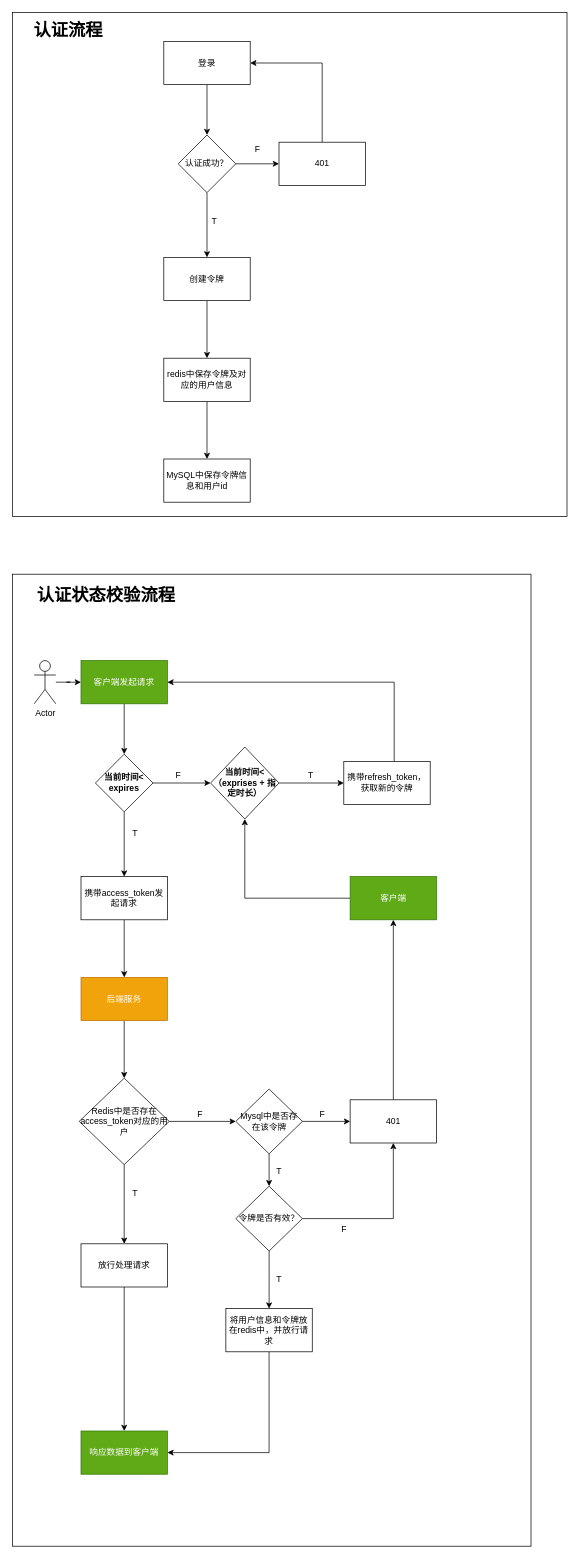
The draw.io diagram README/drawio/goudong-oauth2-server 认证流程.drawio in GitHubFeiLong/goudong-java, before the edit. Source tidied: cells renumbered, new cells numbered last; positions are measured from the earlier drawing's top-left corner, leaving out a move shared by most shapes. Both pictures are drawn from the tidied source at 72%, with x=0, y=0 at pixel (12, 12).
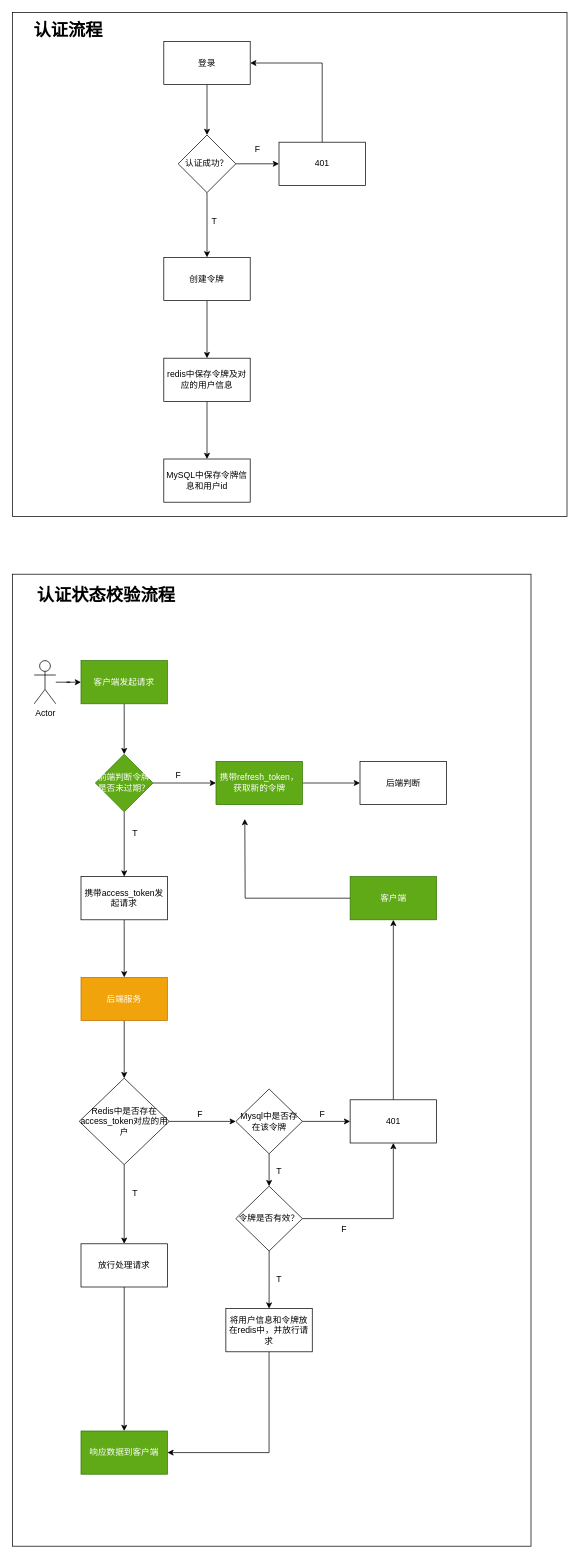
The same page after the edit.

The change refers to these unchanged cells:
```xml
<mxCell id="17" value="&lt;div&gt;客户端发起请求&lt;/div&gt;&lt;div&gt;&lt;/div&gt;" style="whiteSpace=wrap;html=1;align=center;verticalAlign=middle;fillColor=#60a917;strokeColor=#2D7600;fontColor=#ffffff;" parent="1" vertex="1">
  <mxGeometry x="95" y="900" width="120" height="60" as="geometry" />
</mxCell>
<mxCell id="43" value="客户端" style="whiteSpace=wrap;html=1;fillColor=#60a917;strokeColor=#2D7600;fontColor=#ffffff;" parent="1" vertex="1">
  <mxGeometry x="468.8" y="1200" width="120" height="60" as="geometry" />
</mxCell>
```

Change to the diagram source:
```diff
@@
-    <mxCell id="19" style="edgeStyle=orthogonalEdgeStyle;rounded=0;jettySize=auto;html=1;" parent="1" edge="1" source="20" target="25">
+    <mxCell id="19" style="edgeStyle=orthogonalEdgeStyle;rounded=0;jettySize=auto;html=1;entryX=0;entryY=0.5;entryDx=0;entryDy=0;" parent="1" edge="1" source="20" target="27">
       <mxGeometry relative="1" as="geometry" />
     </mxCell>
-    <mxCell id="20" value="&lt;b&gt;当前时间&amp;lt; expires&lt;/b&gt;" style="rhombus;whiteSpace=wrap;html=1;" parent="1" vertex="1">
+    <mxCell id="20" value="前端判断令牌是否未过期？" style="rhombus;whiteSpace=wrap;html=1;fillColor=#60a917;strokeColor=#2D7600;fontColor=#ffffff;" parent="1" vertex="1">
       <mxGeometry x="115" y="1030" width="80" height="80" as="geometry" />
     </mxCell>
@@
-    <mxCell id="24" style="edgeStyle=orthogonalEdgeStyle;rounded=0;jettySize=auto;html=1;" parent="1" edge="1" source="25" target="27">
-      <mxGeometry relative="1" as="geometry" />
-    </mxCell>
-    <mxCell id="25" value="&lt;b&gt;当前时间&amp;lt;（exprises + 指定时长）&lt;/b&gt;" style="rhombus;whiteSpace=wrap;html=1;" parent="1" vertex="1">
-      <mxGeometry x="275" y="1020" width="95" height="100" as="geometry" />
-    </mxCell>
-    <mxCell id="26" style="edgeStyle=orthogonalEdgeStyle;rounded=0;jettySize=auto;html=1;entryX=1;entryY=0.5;entryDx=0;entryDy=0;" parent="1" edge="1" source="27" target="17">
-      <mxGeometry relative="1" as="geometry">
-        <Array as="points">
-          <mxPoint x="530" y="930" />
-        </Array>
-      </mxGeometry>
-    </mxCell>
+    <mxCell id="62" style="edgeStyle=orthogonalEdgeStyle;rounded=0;jettySize=auto;html=1;" parent="1" edge="1" source="27" target="63">
+      <mxGeometry relative="1" as="geometry" />
+    </mxCell>
-    <mxCell id="27" value="携带refresh_token，获取新的令牌" style="whiteSpace=wrap;html=1;" parent="1" vertex="1">
-      <mxGeometry x="460" y="1040" width="120" height="60" as="geometry" />
+    <mxCell id="27" value="携带refresh_token，获取新的令牌" style="whiteSpace=wrap;html=1;fillColor=#60a917;strokeColor=#2D7600;fontColor=#ffffff;" parent="1" vertex="1">
+      <mxGeometry x="282.5" y="1040" width="120" height="60" as="geometry" />
     </mxCell>
-    <mxCell id="28" value="T" style="text;html=1;align=center;verticalAlign=middle;" parent="1" vertex="1">
-      <mxGeometry x="403.5" y="1050" width="20" height="20" as="geometry" />
-    </mxCell>
+    <mxCell id="63" value="后端判断" style="whiteSpace=wrap;html=1;" parent="1" vertex="1">
+      <mxGeometry x="482.5" y="1040" width="120" height="60" as="geometry" />
+    </mxCell>
@@
-    <mxCell id="42" style="edgeStyle=orthogonalEdgeStyle;rounded=0;jettySize=auto;html=1;entryX=0.5;entryY=1;entryDx=0;entryDy=0;" parent="1" edge="1" source="43" target="25">
-      <mxGeometry relative="1" as="geometry" />
+    <mxCell id="42" style="edgeStyle=orthogonalEdgeStyle;rounded=0;jettySize=auto;html=1;entryX=0.5;entryY=1;entryDx=0;entryDy=0;" parent="1" edge="1" source="43">
+      <mxGeometry relative="1" as="geometry">
+        <mxPoint x="322.5" y="1120" as="targetPoint" />
+      </mxGeometry>
     </mxCell>
```
